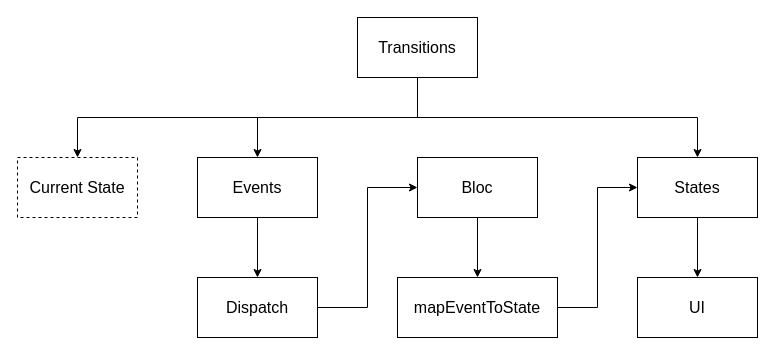
Earlier version of the draw.io diagram bloc.drawio (oiar/assets). Source tidied: cells renumbered, new cells numbered last; positions are measured from the earlier drawing's top-left corner, leaving out a move shared by most shapes. Both pictures are drawn from the tidied source at 100%, with x=0, y=0 at pixel (17, 17).
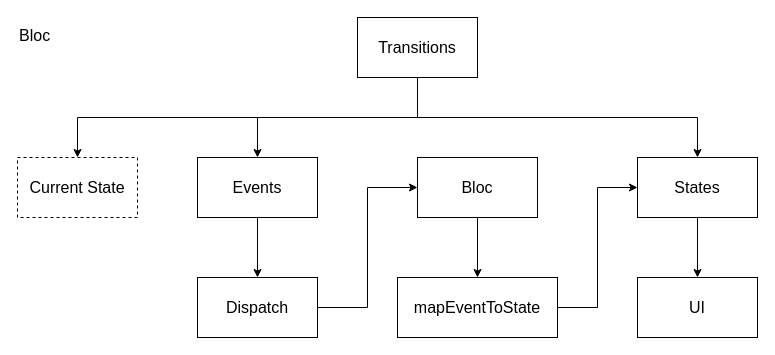
The same page after the edit.

Change to the diagram source:
```diff
@@
 <mxGraphModel>
   <root>
     <mxCell id="0" />
     <mxCell id="1" parent="0" />
     <mxCell id="2" style="edgeStyle=orthogonalEdgeStyle;rounded=0;jettySize=auto;html=1;exitX=1;exitY=0.5;exitDx=0;exitDy=0;entryX=0;entryY=0.5;entryDx=0;entryDy=0;" parent="1" edge="1" source="15" target="6">
       <mxGeometry relative="1" as="geometry" />
     </mxCell>
     <mxCell id="3" style="edgeStyle=orthogonalEdgeStyle;rounded=0;jettySize=auto;html=1;exitX=0.5;exitY=1;exitDx=0;exitDy=0;entryX=0.5;entryY=0;entryDx=0;entryDy=0;" parent="1" edge="1" source="4" target="15">
       <mxGeometry relative="1" as="geometry" />
     </mxCell>
     <mxCell id="4" value="&lt;font style=&quot;font-size: 16px&quot;&gt;Bloc&lt;/font&gt;" style="rounded=0;whiteSpace=wrap;html=1;" parent="1" vertex="1">
       <mxGeometry x="400" y="140" width="120" height="60" as="geometry" />
     </mxCell>
     <mxCell id="5" style="edgeStyle=orthogonalEdgeStyle;rounded=0;jettySize=auto;html=1;exitX=0.5;exitY=1;exitDx=0;exitDy=0;entryX=0.5;entryY=0;entryDx=0;entryDy=0;" parent="1" edge="1" source="6" target="7">
       <mxGeometry relative="1" as="geometry" />
     </mxCell>
     <mxCell id="6" value="&lt;font style=&quot;font-size: 16px&quot;&gt;States&lt;/font&gt;" style="rounded=0;whiteSpace=wrap;html=1;" parent="1" vertex="1">
       <mxGeometry x="620" y="140" width="120" height="60" as="geometry" />
     </mxCell>
     <mxCell id="7" value="&lt;font style=&quot;font-size: 16px&quot;&gt;UI&lt;/font&gt;" style="rounded=0;whiteSpace=wrap;html=1;" parent="1" vertex="1">
       <mxGeometry x="620" y="260" width="120" height="60" as="geometry" />
     </mxCell>
     <mxCell id="8" style="edgeStyle=orthogonalEdgeStyle;rounded=0;jettySize=auto;html=1;exitX=0.5;exitY=1;exitDx=0;exitDy=0;" parent="1" edge="1" source="9" target="17">
       <mxGeometry relative="1" as="geometry" />
     </mxCell>
     <mxCell id="9" value="&lt;font style=&quot;font-size: 16px&quot;&gt;Events&lt;/font&gt;" style="rounded=0;whiteSpace=wrap;html=1;" parent="1" vertex="1">
       <mxGeometry x="180" y="140" width="120" height="60" as="geometry" />
     </mxCell>
     <mxCell id="10" value="&lt;font style=&quot;font-size: 16px&quot;&gt;Current State&lt;/font&gt;" style="rounded=0;whiteSpace=wrap;html=1;dashed=1;" parent="1" vertex="1">
       <mxGeometry y="140" width="120" height="60" as="geometry" />
     </mxCell>
     <mxCell id="11" style="edgeStyle=orthogonalEdgeStyle;rounded=0;jettySize=auto;html=1;exitX=0.5;exitY=1;exitDx=0;exitDy=0;entryX=0.5;entryY=0;entryDx=0;entryDy=0;" parent="1" edge="1" source="14" target="10">
       <mxGeometry relative="1" as="geometry" />
     </mxCell>
     <mxCell id="12" style="edgeStyle=orthogonalEdgeStyle;rounded=0;jettySize=auto;html=1;exitX=0.5;exitY=1;exitDx=0;exitDy=0;" parent="1" edge="1" source="14" target="9">
       <mxGeometry relative="1" as="geometry" />
     </mxCell>
     <mxCell id="13" style="edgeStyle=orthogonalEdgeStyle;rounded=0;jettySize=auto;html=1;exitX=0.5;exitY=1;exitDx=0;exitDy=0;entryX=0.5;entryY=0;entryDx=0;entryDy=0;" parent="1" edge="1" source="14" target="6">
       <mxGeometry relative="1" as="geometry" />
     </mxCell>
     <mxCell id="14" value="&lt;font style=&quot;font-size: 16px&quot;&gt;Transitions&lt;/font&gt;" style="rounded=0;whiteSpace=wrap;html=1;" parent="1" vertex="1">
       <mxGeometry x="340" width="120" height="60" as="geometry" />
     </mxCell>
     <mxCell id="15" value="&lt;font style=&quot;font-size: 16px&quot;&gt;mapEventToState&lt;/font&gt;" style="rounded=0;whiteSpace=wrap;html=1;" parent="1" vertex="1">
       <mxGeometry x="380" y="260" width="160" height="60" as="geometry" />
     </mxCell>
     <mxCell id="16" style="edgeStyle=orthogonalEdgeStyle;rounded=0;jettySize=auto;html=1;exitX=1;exitY=0.5;exitDx=0;exitDy=0;entryX=0;entryY=0.5;entryDx=0;entryDy=0;" parent="1" edge="1" source="17" target="4">
       <mxGeometry relative="1" as="geometry" />
     </mxCell>
     <mxCell id="17" value="&lt;font style=&quot;font-size: 16px&quot;&gt;Dispatch&lt;/font&gt;" style="rounded=0;whiteSpace=wrap;html=1;" parent="1" vertex="1">
       <mxGeometry x="180" y="260" width="120" height="60" as="geometry" />
     </mxCell>
+    <mxCell id="18" value="&lt;font style=&quot;font-size: 16px&quot;&gt;Bloc&lt;/font&gt;" style="text;html=1;align=left;verticalAlign=top;spacingTop=-4;" parent="1" vertex="1">
+      <mxGeometry y="6" width="50" height="20" as="geometry" />
+    </mxCell>
   </root>
 </mxGraphModel>
```
